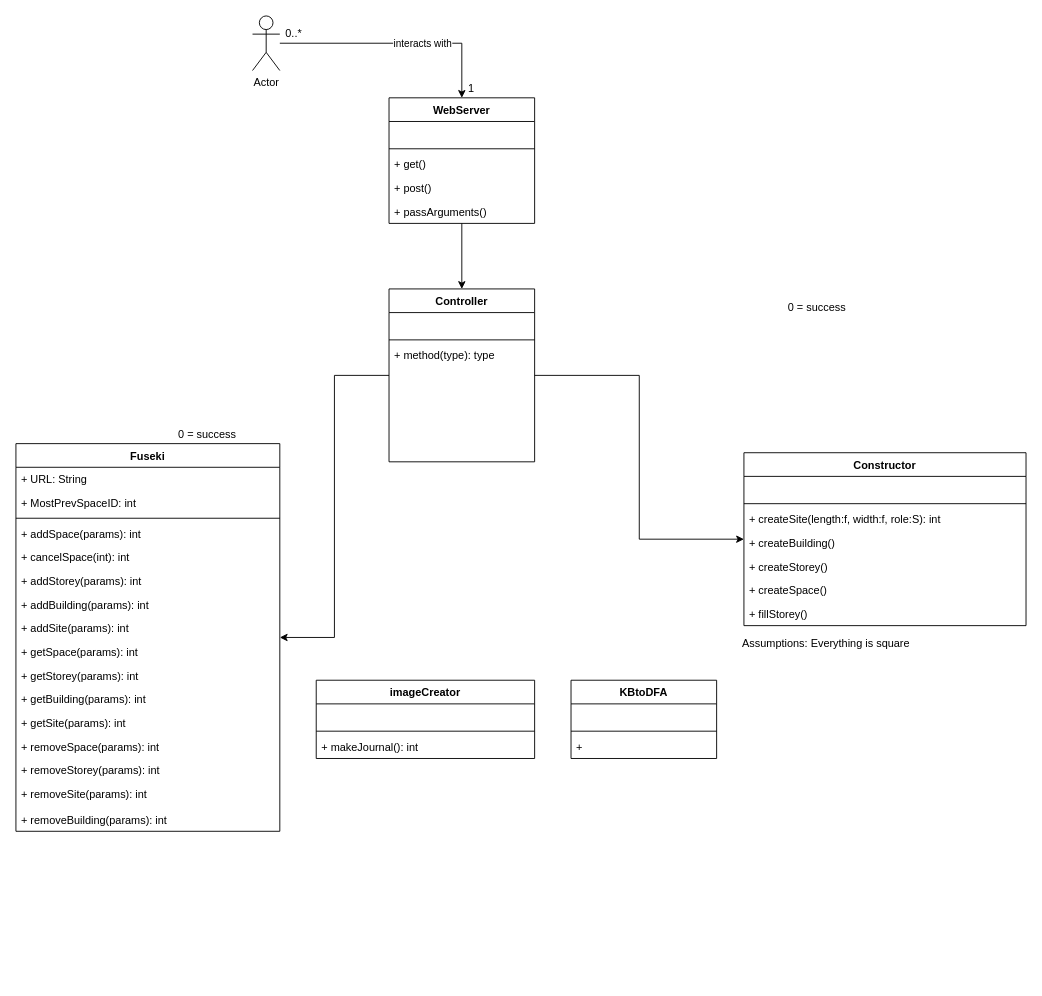
The draw.io diagram page "Design Class Diagram" (7 of 8) of Diagrams/Diagrams.drawio in Hallvaeb/automation-p2-construction-knowledge-base, before the edit. Source tidied: cells renumbered, new cells numbered last; positions are measured from the earlier drawing's top-left corner, leaving out a move shared by most shapes. Both pictures are drawn from the tidied source at 91%, with x=0, y=0 at pixel (15, 15).
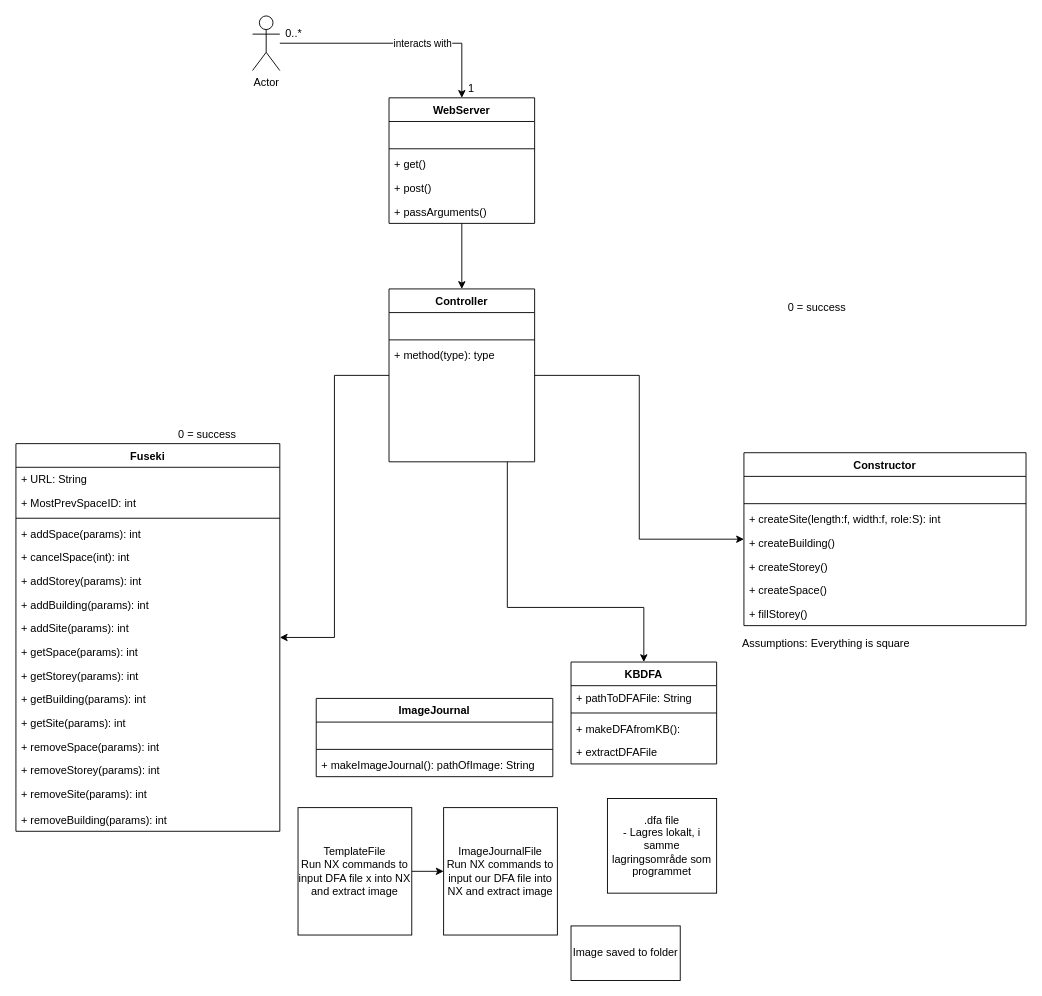
The same diagram, later.

The change refers to these unchanged cells:
```xml
<mxCell id="35" value="Controller" style="swimlane;fontStyle=1;align=center;verticalAlign=top;horizontal=1;startSize=26;strokeColor=default;fillColor=default;" parent="1" vertex="1">
  <mxGeometry x="410" y="300" width="160" height="190" as="geometry" />
</mxCell>
```

Change to the diagram source:
```diff
@@
+    <mxCell id="60" style="edgeStyle=orthogonalEdgeStyle;rounded=0;jettySize=auto;html=1;entryX=0.5;entryY=0;entryDx=0;entryDy=0;" parent="1" edge="1" source="35" target="53">
+      <mxGeometry relative="1" as="geometry">
+        <Array as="points">
+          <mxPoint x="540" y="650" />
+          <mxPoint x="690" y="650" />
+        </Array>
+      </mxGeometry>
+    </mxCell>
@@
-    <mxCell id="49" value="imageCreator" style="swimlane;fontStyle=1;align=center;verticalAlign=top;horizontal=1;startSize=26;strokeColor=default;fillColor=default;" parent="1" vertex="1">
-      <mxGeometry x="330" y="730" width="240" height="86" as="geometry" />
+    <mxCell id="49" value="ImageJournal" style="swimlane;fontStyle=1;align=center;verticalAlign=top;horizontal=1;startSize=26;strokeColor=default;fillColor=default;" parent="1" vertex="1">
+      <mxGeometry x="330" y="750" width="260" height="86" as="geometry" />
     </mxCell>
     <mxCell id="50" style="text;strokeColor=none;fillColor=none;align=left;verticalAlign=top;spacingLeft=4;spacingRight=4;overflow=hidden;" parent="49" vertex="1">
-      <mxGeometry y="26" width="240" height="26" as="geometry" />
+      <mxGeometry y="26" width="260" height="26" as="geometry" />
     </mxCell>
     <mxCell id="51" style="line;strokeWidth=1;fillColor=none;align=left;verticalAlign=middle;spacingTop=-1;spacingLeft=3;spacingRight=3;labelPosition=right;" parent="49" vertex="1">
-      <mxGeometry y="52" width="240" height="8" as="geometry" />
+      <mxGeometry y="52" width="260" height="8" as="geometry" />
     </mxCell>
-    <mxCell id="52" value="+ makeJournal(): int" style="text;strokeColor=none;fillColor=none;align=left;verticalAlign=top;spacingLeft=4;spacingRight=4;overflow=hidden;" parent="49" vertex="1">
-      <mxGeometry y="60" width="240" height="26" as="geometry" />
+    <mxCell id="52" value="+ makeImageJournal(): pathOfImage: String" style="text;strokeColor=none;fillColor=none;align=left;verticalAlign=top;spacingLeft=4;spacingRight=4;overflow=hidden;" parent="49" vertex="1">
+      <mxGeometry y="60" width="260" height="26" as="geometry" />
     </mxCell>
-    <mxCell id="53" value="KBtoDFA" style="swimlane;fontStyle=1;align=center;verticalAlign=top;horizontal=1;startSize=26;strokeColor=default;fillColor=default;" parent="1" vertex="1">
-      <mxGeometry x="610" y="730" width="160" height="86" as="geometry" />
+    <mxCell id="53" value="KBDFA" style="swimlane;fontStyle=1;align=center;verticalAlign=top;horizontal=1;startSize=26;strokeColor=default;fillColor=default;" parent="1" vertex="1">
+      <mxGeometry x="610" y="710" width="160" height="112" as="geometry" />
     </mxCell>
-    <mxCell id="54" style="text;strokeColor=none;fillColor=none;align=left;verticalAlign=top;spacingLeft=4;spacingRight=4;overflow=hidden;" parent="53" vertex="1">
+    <mxCell id="54" value="+ pathToDFAFile: String" style="text;strokeColor=none;fillColor=none;align=left;verticalAlign=top;spacingLeft=4;spacingRight=4;overflow=hidden;" parent="53" vertex="1">
       <mxGeometry y="26" width="160" height="26" as="geometry" />
     </mxCell>
@@
-    <mxCell id="56" value="+ " style="text;strokeColor=none;fillColor=none;align=left;verticalAlign=top;spacingLeft=4;spacingRight=4;overflow=hidden;" parent="53" vertex="1">
+    <mxCell id="56" value="+ makeDFAfromKB():" style="text;strokeColor=none;fillColor=none;align=left;verticalAlign=top;spacingLeft=4;spacingRight=4;overflow=hidden;" parent="53" vertex="1">
       <mxGeometry y="60" width="160" height="26" as="geometry" />
     </mxCell>
+    <mxCell id="61" value="+ extractDFAFile" style="text;strokeColor=none;fillColor=none;align=left;verticalAlign=top;spacingLeft=4;spacingRight=4;overflow=hidden;" parent="53" vertex="1">
+      <mxGeometry y="86" width="160" height="26" as="geometry" />
+    </mxCell>
@@
+    <mxCell id="62" style="edgeStyle=orthogonalEdgeStyle;rounded=0;jettySize=auto;html=1;exitX=1;exitY=0.5;exitDx=0;exitDy=0;entryX=0;entryY=0.5;entryDx=0;entryDy=0;" parent="1" edge="1" source="63" target="65">
+      <mxGeometry relative="1" as="geometry" />
+    </mxCell>
+    <mxCell id="63" value="TemplateFile&lt;br&gt;Run NX commands to input DFA file x into NX and extract image" style="whiteSpace=wrap;html=1;" parent="1" vertex="1">
+      <mxGeometry x="310" y="870" width="125" height="140" as="geometry" />
+    </mxCell>
+    <mxCell id="64" value=".dfa file&lt;br&gt;- Lagres lokalt, i samme lagringsområde som programmet" style="whiteSpace=wrap;html=1;" parent="1" vertex="1">
+      <mxGeometry x="650" y="860" width="120" height="104" as="geometry" />
+    </mxCell>
+    <mxCell id="65" value="ImageJournalFile&lt;br&gt;Run NX commands to input our DFA file into NX and extract image" style="whiteSpace=wrap;html=1;" parent="1" vertex="1">
+      <mxGeometry x="470" y="870" width="125" height="140" as="geometry" />
+    </mxCell>
+    <mxCell id="66" value="Image saved to folder" style="whiteSpace=wrap;html=1;" parent="1" vertex="1">
+      <mxGeometry x="610" y="1000" width="120" height="60" as="geometry" />
+    </mxCell>
```
